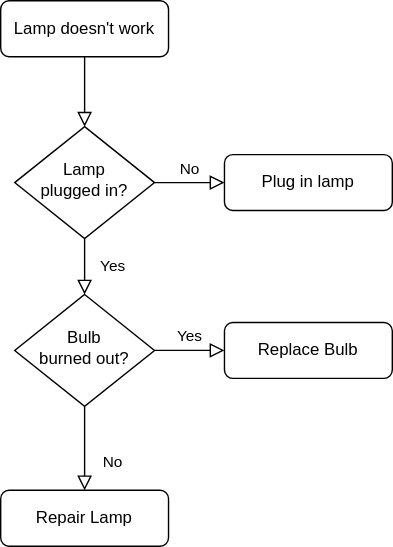
Earlier version of the draw.io export Algoritma Memasak Nasi.drawio.svg (AdamMunawar/HelloInformatics). Source tidied: cells renumbered, new cells last; positions are measured from the earlier drawing's top-left corner, leaving out a move shared by most shapes.
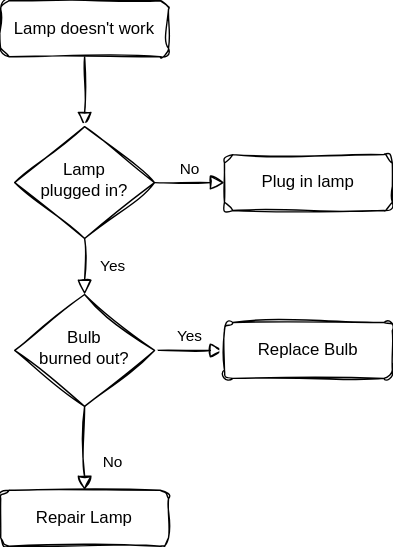
After the change.

The edit, as a diff of the source:
```diff
@@ -2,37 +2,37 @@
   <root>
     <mxCell id="0" />
     <mxCell id="1" parent="0" />
-    <mxCell id="2" style="rounded=0;html=1;jettySize=auto;fontSize=11;endArrow=block;endFill=0;endSize=8;strokeWidth=1;shadow=0;labelBackgroundColor=none;edgeStyle=orthogonalEdgeStyle;" parent="1" edge="1" source="3" target="6">
+    <mxCell id="2" style="rounded=0;html=1;jettySize=auto;fontSize=11;endArrow=block;endFill=0;endSize=8;strokeWidth=1;shadow=0;labelBackgroundColor=none;edgeStyle=orthogonalEdgeStyle;sketch=1;curveFitting=1;jiggle=2;fontColor=default;" parent="1" edge="1" source="3" target="6">
       <mxGeometry relative="1" as="geometry" />
     </mxCell>
-    <mxCell id="3" value="Lamp doesn't work" style="rounded=1;whiteSpace=wrap;html=1;fontSize=12;glass=0;strokeWidth=1;shadow=0;" parent="1" vertex="1">
+    <mxCell id="3" value="Lamp doesn't work" style="rounded=1;whiteSpace=wrap;html=1;fontSize=12;glass=0;strokeWidth=1;shadow=0;sketch=1;curveFitting=1;jiggle=2;labelBackgroundColor=none;" parent="1" vertex="1">
       <mxGeometry width="120" height="40" as="geometry" />
     </mxCell>
-    <mxCell id="4" value="Yes" style="rounded=0;html=1;jettySize=auto;fontSize=11;endArrow=block;endFill=0;endSize=8;strokeWidth=1;shadow=0;labelBackgroundColor=none;edgeStyle=orthogonalEdgeStyle;" parent="1" edge="1" source="6" target="10">
+    <mxCell id="4" value="Yes" style="rounded=0;html=1;jettySize=auto;fontSize=11;endArrow=block;endFill=0;endSize=8;strokeWidth=1;shadow=0;labelBackgroundColor=none;edgeStyle=orthogonalEdgeStyle;sketch=1;curveFitting=1;jiggle=2;fontColor=default;" parent="1" edge="1" source="6" target="10">
       <mxGeometry y="20" relative="1" as="geometry" />
     </mxCell>
-    <mxCell id="5" value="No" style="edgeStyle=orthogonalEdgeStyle;rounded=0;html=1;jettySize=auto;fontSize=11;endArrow=block;endFill=0;endSize=8;strokeWidth=1;shadow=0;labelBackgroundColor=none;" parent="1" edge="1" source="6" target="7">
+    <mxCell id="5" value="No" style="edgeStyle=orthogonalEdgeStyle;rounded=0;html=1;jettySize=auto;fontSize=11;endArrow=block;endFill=0;endSize=8;strokeWidth=1;shadow=0;labelBackgroundColor=none;sketch=1;curveFitting=1;jiggle=2;fontColor=default;" parent="1" edge="1" source="6" target="7">
       <mxGeometry y="10" relative="1" as="geometry" />
     </mxCell>
-    <mxCell id="6" value="Lamp&lt;br&gt;plugged in?" style="rhombus;whiteSpace=wrap;html=1;shadow=0;fontFamily=Helvetica;fontSize=12;align=center;strokeWidth=1;spacing=6;spacingTop=-4;" parent="1" vertex="1">
+    <mxCell id="6" value="Lamp&lt;br&gt;plugged in?" style="rhombus;whiteSpace=wrap;html=1;shadow=0;fontFamily=Helvetica;fontSize=12;align=center;strokeWidth=1;spacing=6;spacingTop=-4;sketch=1;curveFitting=1;jiggle=2;labelBackgroundColor=none;" parent="1" vertex="1">
       <mxGeometry x="10" y="90" width="100" height="80" as="geometry" />
     </mxCell>
-    <mxCell id="7" value="Plug in lamp" style="rounded=1;whiteSpace=wrap;html=1;fontSize=12;glass=0;strokeWidth=1;shadow=0;" parent="1" vertex="1">
+    <mxCell id="7" value="Plug in lamp" style="rounded=1;whiteSpace=wrap;html=1;fontSize=12;glass=0;strokeWidth=1;shadow=0;sketch=1;curveFitting=1;jiggle=2;labelBackgroundColor=none;" parent="1" vertex="1">
       <mxGeometry x="160" y="110" width="120" height="40" as="geometry" />
     </mxCell>
-    <mxCell id="8" value="No" style="rounded=0;html=1;jettySize=auto;fontSize=11;endArrow=block;endFill=0;endSize=8;strokeWidth=1;shadow=0;labelBackgroundColor=none;edgeStyle=orthogonalEdgeStyle;" parent="1" edge="1" source="10" target="11">
+    <mxCell id="8" value="No" style="rounded=0;html=1;jettySize=auto;fontSize=11;endArrow=block;endFill=0;endSize=8;strokeWidth=1;shadow=0;labelBackgroundColor=none;edgeStyle=orthogonalEdgeStyle;sketch=1;curveFitting=1;jiggle=2;fontColor=default;" parent="1" edge="1" source="10" target="11">
       <mxGeometry x="0.33" y="20" relative="1" as="geometry" />
     </mxCell>
-    <mxCell id="9" value="Yes" style="edgeStyle=orthogonalEdgeStyle;rounded=0;html=1;jettySize=auto;fontSize=11;endArrow=block;endFill=0;endSize=8;strokeWidth=1;shadow=0;labelBackgroundColor=none;" parent="1" edge="1" source="10" target="12">
+    <mxCell id="9" value="Yes" style="edgeStyle=orthogonalEdgeStyle;rounded=0;html=1;jettySize=auto;fontSize=11;endArrow=block;endFill=0;endSize=8;strokeWidth=1;shadow=0;labelBackgroundColor=none;sketch=1;curveFitting=1;jiggle=2;fontColor=default;" parent="1" edge="1" source="10" target="12">
       <mxGeometry y="10" relative="1" as="geometry" />
     </mxCell>
-    <mxCell id="10" value="Bulb&lt;br&gt;burned out?" style="rhombus;whiteSpace=wrap;html=1;shadow=0;fontFamily=Helvetica;fontSize=12;align=center;strokeWidth=1;spacing=6;spacingTop=-4;" parent="1" vertex="1">
+    <mxCell id="10" value="Bulb&lt;br&gt;burned out?" style="rhombus;whiteSpace=wrap;html=1;shadow=0;fontFamily=Helvetica;fontSize=12;align=center;strokeWidth=1;spacing=6;spacingTop=-4;sketch=1;curveFitting=1;jiggle=2;labelBackgroundColor=none;" parent="1" vertex="1">
       <mxGeometry x="10" y="210" width="100" height="80" as="geometry" />
     </mxCell>
-    <mxCell id="11" value="Repair Lamp" style="rounded=1;whiteSpace=wrap;html=1;fontSize=12;glass=0;strokeWidth=1;shadow=0;" parent="1" vertex="1">
+    <mxCell id="11" value="Repair Lamp" style="rounded=1;whiteSpace=wrap;html=1;fontSize=12;glass=0;strokeWidth=1;shadow=0;sketch=1;curveFitting=1;jiggle=2;labelBackgroundColor=none;" parent="1" vertex="1">
       <mxGeometry y="350" width="120" height="40" as="geometry" />
     </mxCell>
-    <mxCell id="12" value="Replace Bulb" style="rounded=1;whiteSpace=wrap;html=1;fontSize=12;glass=0;strokeWidth=1;shadow=0;" parent="1" vertex="1">
+    <mxCell id="12" value="Replace Bulb" style="rounded=1;whiteSpace=wrap;html=1;fontSize=12;glass=0;strokeWidth=1;shadow=0;sketch=1;curveFitting=1;jiggle=2;labelBackgroundColor=none;" parent="1" vertex="1">
       <mxGeometry x="160" y="230" width="120" height="40" as="geometry" />
     </mxCell>
   </root>
```
